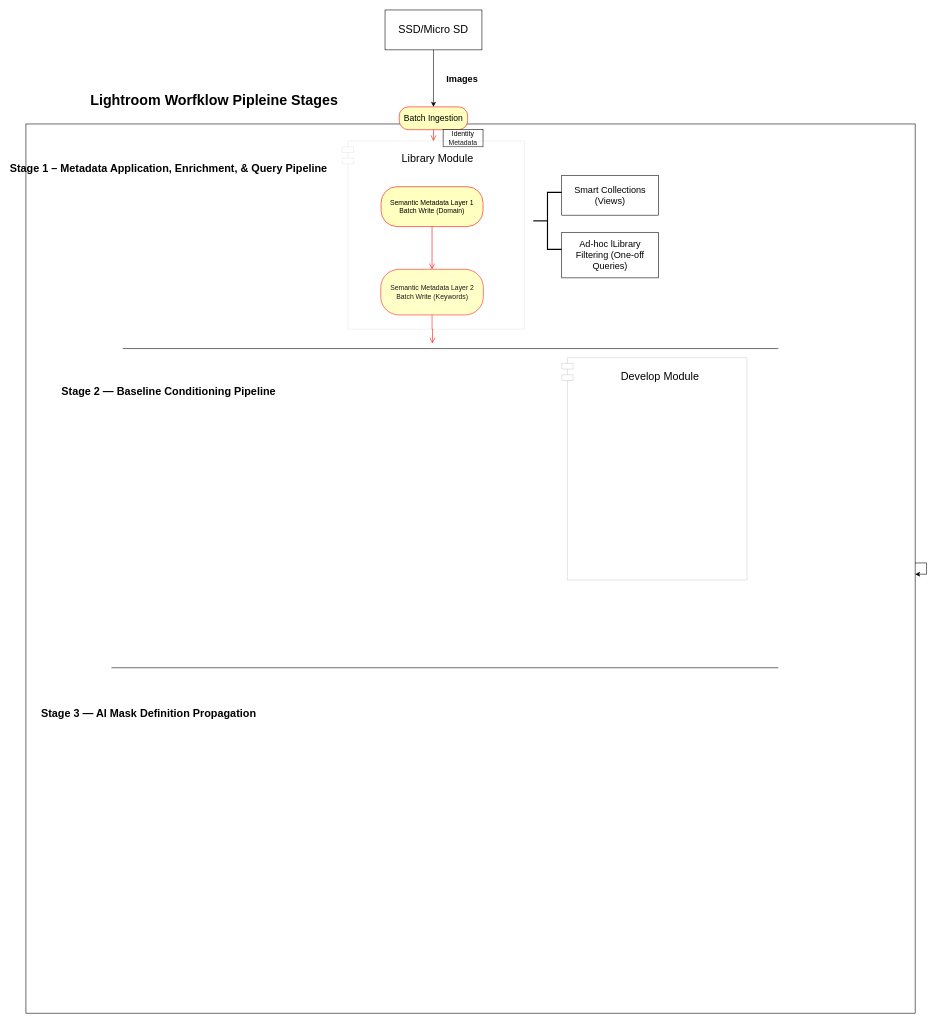
Oak-22/creative-workflow-batch-transformation-pipeline keeps this draw.io diagram as docs/pipeline-overview-diagram.drawio. Above is the earlier version. Source tidied: cells renumbered, new cells numbered last; positions are measured from the earlier drawing's top-left corner, leaving out a move shared by most shapes. Both pictures are drawn from the tidied source at 57%, with x=0, y=0 at pixel (26, 10).
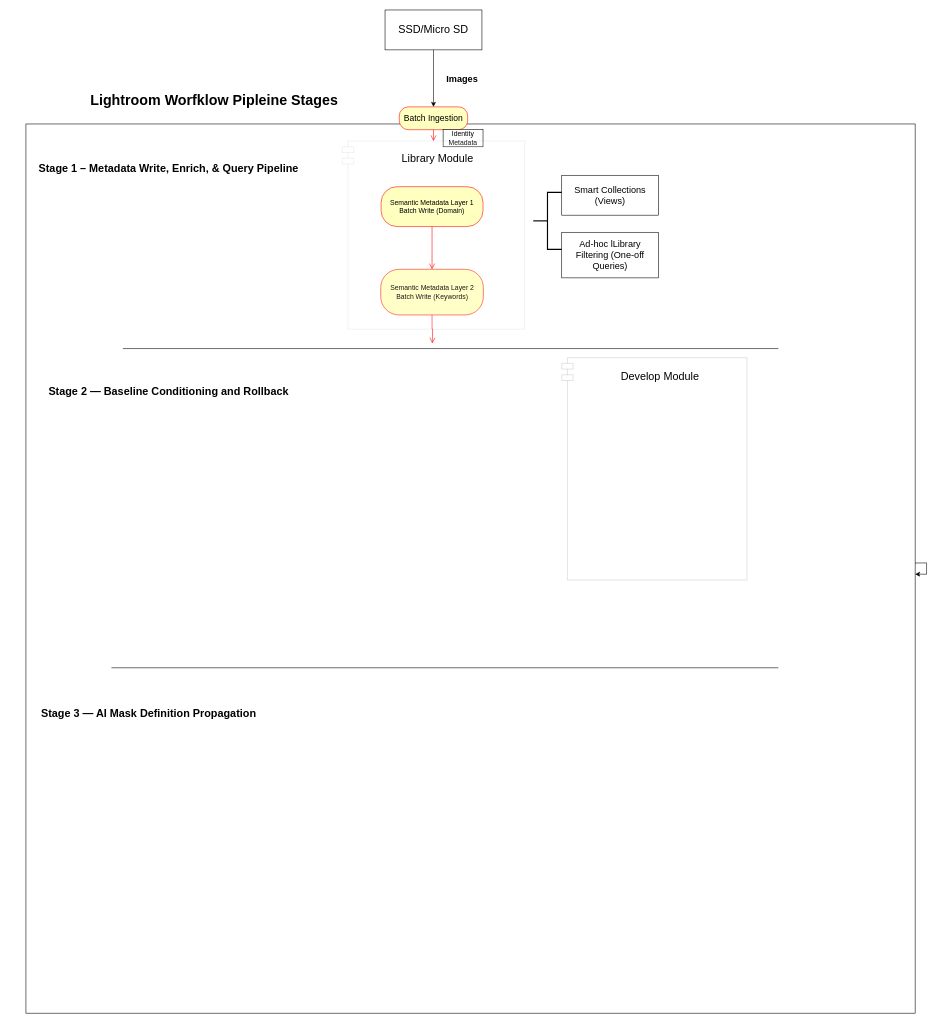
The same diagram, later.

The edit, as a diff of the source:
```diff
@@
-    <mxCell id="10" value="&lt;font style=&quot;font-size: 19px;&quot;&gt;Stage 1 – Metadata Application, Enrichment, &amp;amp; Query Pipeline&lt;/font&gt;&lt;div&gt;&lt;br&gt;&lt;/div&gt;" style="text;align=center;fontStyle=1;verticalAlign=middle;spacingLeft=3;spacingRight=3;strokeColor=none;html=1;" parent="1" vertex="1">
+    <mxCell id="10" value="&lt;font style=&quot;font-size: 19px;&quot;&gt;Stage 1 – Metadata Write, Enrich, &amp;amp; Query Pipeline&lt;/font&gt;&lt;div&gt;&lt;br&gt;&lt;/div&gt;" style="text;align=center;fontStyle=1;verticalAlign=middle;spacingLeft=3;spacingRight=3;strokeColor=none;html=1;" parent="1" vertex="1">
       <mxGeometry x="10" y="230" width="480" height="110" as="geometry" />
     </mxCell>
@@
-    <mxCell id="18" value="&lt;font style=&quot;font-size: 19px;&quot;&gt;Stage 2 — Baseline Conditioning Pipeline&lt;/font&gt;" style="text;align=center;fontStyle=1;verticalAlign=middle;spacingLeft=3;spacingRight=3;strokeColor=none;html=1;" parent="1" vertex="1">
+    <mxCell id="18" value="&lt;font style=&quot;font-size: 19px;&quot;&gt;Stage 2 — Baseline Conditioning and Rollback&lt;/font&gt;" style="text;align=center;fontStyle=1;verticalAlign=middle;spacingLeft=3;spacingRight=3;strokeColor=none;html=1;" parent="1" vertex="1">
       <mxGeometry x="10" y="620" width="480" height="100" as="geometry" />
     </mxCell>
```
